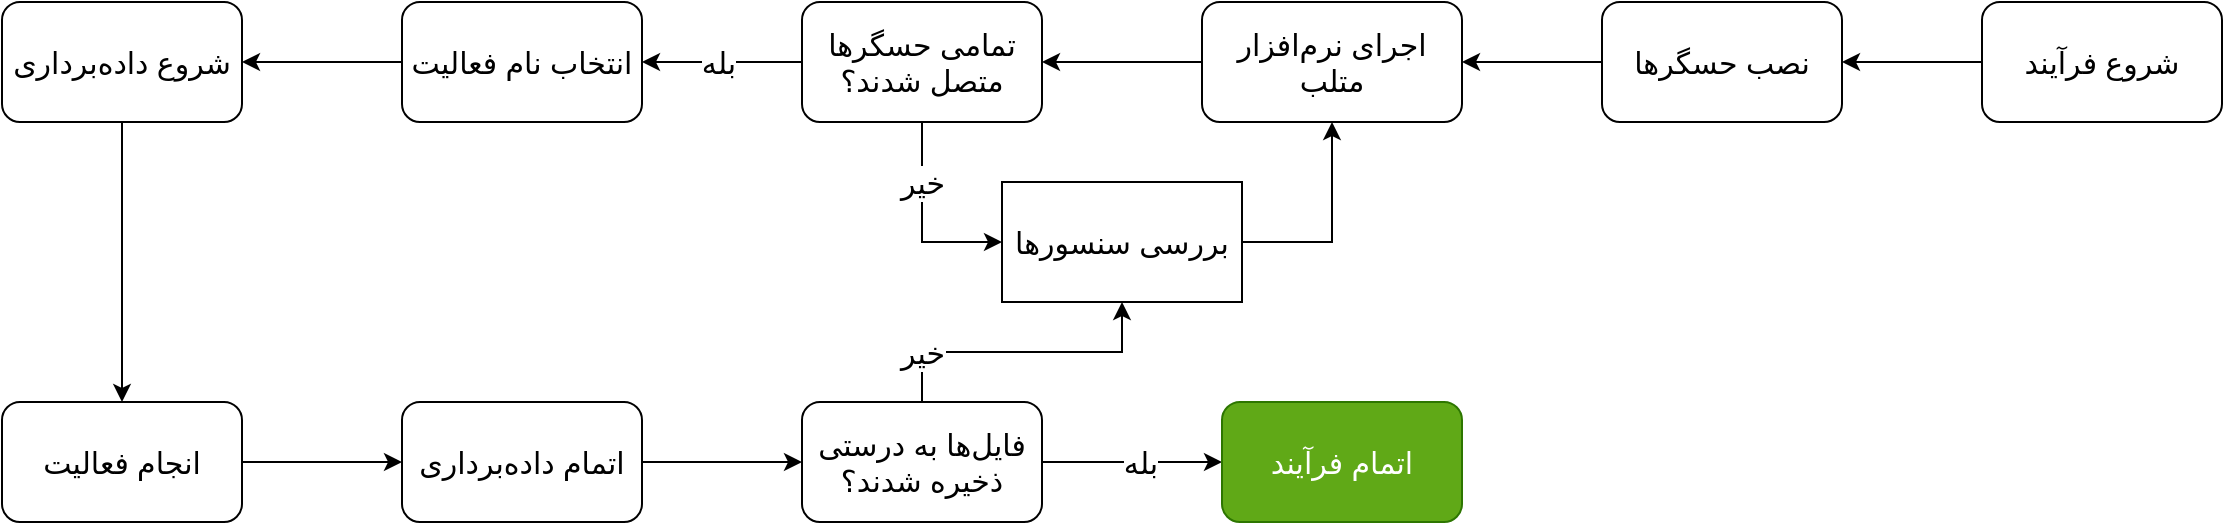
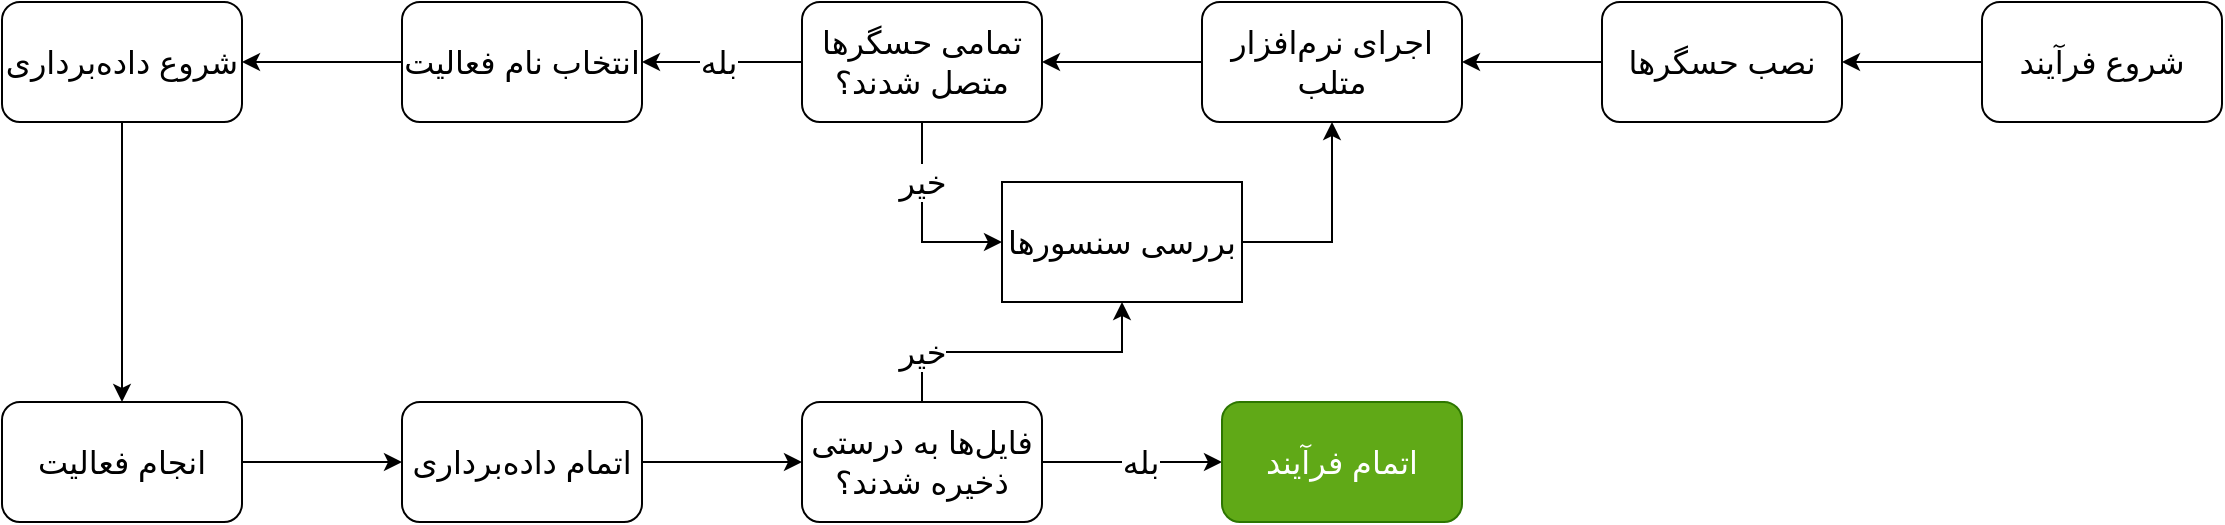
<mxfile host="Electron">
  <diagram id="7Gs_DfStQSDdEMOHskya" name="Page-1">
-     <mxGraphModel dx="1607" dy="1258" grid="1" gridSize="10" guides="1" tooltips="1" connect="1" arrows="1" fold="1" page="1" pageScale="1" pageWidth="1181" pageHeight="315" math="0" shadow="0">
+     <mxGraphModel dx="1483" dy="1162" grid="1" gridSize="10" guides="1" tooltips="1" connect="1" arrows="1" fold="1" page="1" pageScale="1" pageWidth="1181" pageHeight="315" math="0" shadow="0">
      <root>
        <mxCell id="0" />
        <mxCell id="1" parent="0" />
-         <mxCell id="WruhjTwqjsiBzzy_kixB-1" edge="1" parent="1" source="WruhjTwqjsiBzzy_kixB-2" style="edgeStyle=orthogonalEdgeStyle;rounded=0;orthogonalLoop=1;jettySize=auto;html=1;fontSize=15;" target="WruhjTwqjsiBzzy_kixB-4" value="">
+         <mxCell id="WruhjTwqjsiBzzy_kixB-1" edge="1" parent="1" source="WruhjTwqjsiBzzy_kixB-2" style="edgeStyle=orthogonalEdgeStyle;rounded=0;orthogonalLoop=1;jettySize=auto;html=1;fontSize=16;" target="WruhjTwqjsiBzzy_kixB-4" value="">
          <mxGeometry relative="1" as="geometry" />
        </mxCell>
-         <mxCell id="WruhjTwqjsiBzzy_kixB-2" parent="1" style="rounded=1;whiteSpace=wrap;html=1;fontSize=15;" value="نصب حسگر‌ها" vertex="1">
+         <mxCell id="WruhjTwqjsiBzzy_kixB-2" parent="1" style="rounded=1;whiteSpace=wrap;html=1;fontSize=16;" value="نصب حسگر‌ها" vertex="1">
          <mxGeometry height="60" width="120" x="840" y="28" as="geometry" />
        </mxCell>
-         <mxCell id="WruhjTwqjsiBzzy_kixB-3" edge="1" parent="1" source="WruhjTwqjsiBzzy_kixB-4" style="edgeStyle=orthogonalEdgeStyle;rounded=0;orthogonalLoop=1;jettySize=auto;html=1;fontSize=15;" target="WruhjTwqjsiBzzy_kixB-9" value="">
+         <mxCell id="WruhjTwqjsiBzzy_kixB-3" edge="1" parent="1" source="WruhjTwqjsiBzzy_kixB-4" style="edgeStyle=orthogonalEdgeStyle;rounded=0;orthogonalLoop=1;jettySize=auto;html=1;fontSize=16;" target="WruhjTwqjsiBzzy_kixB-9" value="">
          <mxGeometry relative="1" as="geometry" />
        </mxCell>
-         <mxCell id="WruhjTwqjsiBzzy_kixB-4" parent="1" style="whiteSpace=wrap;html=1;rounded=1;fontSize=15;" value="اجرای نرم‌افزار متلب" vertex="1">
+         <mxCell id="WruhjTwqjsiBzzy_kixB-4" parent="1" style="whiteSpace=wrap;html=1;rounded=1;fontSize=16;" value="اجرای نرم‌افزار متلب" vertex="1">
          <mxGeometry height="60" width="130" x="640" y="28" as="geometry" />
        </mxCell>
-         <mxCell id="WruhjTwqjsiBzzy_kixB-5" edge="1" parent="1" source="WruhjTwqjsiBzzy_kixB-9" style="edgeStyle=orthogonalEdgeStyle;rounded=0;orthogonalLoop=1;jettySize=auto;html=1;fontSize=15;" target="WruhjTwqjsiBzzy_kixB-11" value="">
+         <mxCell id="WruhjTwqjsiBzzy_kixB-5" edge="1" parent="1" source="WruhjTwqjsiBzzy_kixB-9" style="edgeStyle=orthogonalEdgeStyle;rounded=0;orthogonalLoop=1;jettySize=auto;html=1;fontSize=16;" target="WruhjTwqjsiBzzy_kixB-11" value="">
          <mxGeometry relative="1" as="geometry" />
        </mxCell>
-         <mxCell id="WruhjTwqjsiBzzy_kixB-6" connectable="0" parent="WruhjTwqjsiBzzy_kixB-5" style="edgeLabel;html=1;align=center;verticalAlign=middle;resizable=0;points=[];" value="&lt;font style=&quot;font-size: 15px;&quot;&gt;بله&lt;/font&gt;" vertex="1">
+         <mxCell id="WruhjTwqjsiBzzy_kixB-6" connectable="0" parent="WruhjTwqjsiBzzy_kixB-5" style="edgeLabel;html=1;align=center;verticalAlign=middle;resizable=0;points=[];fontSize=16;" value="&lt;font&gt;بله&lt;/font&gt;" vertex="1">
          <mxGeometry relative="1" x="0.05" y="8" as="geometry">
            <mxPoint y="-8" as="offset" />
          </mxGeometry>
        </mxCell>
-         <mxCell id="WruhjTwqjsiBzzy_kixB-7" edge="1" parent="1" source="WruhjTwqjsiBzzy_kixB-9" style="edgeStyle=orthogonalEdgeStyle;rounded=0;orthogonalLoop=1;jettySize=auto;html=1;entryX=0;entryY=0.5;entryDx=0;entryDy=0;" target="WruhjTwqjsiBzzy_kixB-23" value="">
+         <mxCell id="WruhjTwqjsiBzzy_kixB-7" edge="1" parent="1" source="WruhjTwqjsiBzzy_kixB-9" style="edgeStyle=orthogonalEdgeStyle;rounded=0;orthogonalLoop=1;jettySize=auto;html=1;entryX=0;entryY=0.5;entryDx=0;entryDy=0;fontSize=16;" target="WruhjTwqjsiBzzy_kixB-23" value="">
          <mxGeometry relative="1" as="geometry">
            <mxPoint x="540" y="138" as="targetPoint" />
          </mxGeometry>
        </mxCell>
-         <mxCell id="WruhjTwqjsiBzzy_kixB-8" connectable="0" parent="WruhjTwqjsiBzzy_kixB-7" style="edgeLabel;html=1;align=center;verticalAlign=middle;resizable=0;points=[];" value="&lt;font style=&quot;font-size: 15px;&quot;&gt;خیر&lt;/font&gt;" vertex="1">
+         <mxCell id="WruhjTwqjsiBzzy_kixB-8" connectable="0" parent="WruhjTwqjsiBzzy_kixB-7" style="edgeLabel;html=1;align=center;verticalAlign=middle;resizable=0;points=[];fontSize=16;" value="&lt;font&gt;خیر&lt;/font&gt;" vertex="1">
          <mxGeometry relative="1" x="0.1389" y="-3" as="geometry">
            <mxPoint x="3" y="-27" as="offset" />
          </mxGeometry>
        </mxCell>
-         <mxCell id="WruhjTwqjsiBzzy_kixB-9" parent="1" style="whiteSpace=wrap;html=1;rounded=1;fontSize=15;" value="تمامی حسگرها متصل شدند؟" vertex="1">
+         <mxCell id="WruhjTwqjsiBzzy_kixB-9" parent="1" style="whiteSpace=wrap;html=1;rounded=1;fontSize=16;" value="تمامی حسگرها متصل شدند؟" vertex="1">
          <mxGeometry height="60" width="120" x="440" y="28" as="geometry" />
        </mxCell>
-         <mxCell id="WruhjTwqjsiBzzy_kixB-10" edge="1" parent="1" source="WruhjTwqjsiBzzy_kixB-11" style="edgeStyle=orthogonalEdgeStyle;rounded=0;orthogonalLoop=1;jettySize=auto;html=1;" target="WruhjTwqjsiBzzy_kixB-13" value="">
+         <mxCell id="WruhjTwqjsiBzzy_kixB-10" edge="1" parent="1" source="WruhjTwqjsiBzzy_kixB-11" style="edgeStyle=orthogonalEdgeStyle;rounded=0;orthogonalLoop=1;jettySize=auto;html=1;fontSize=16;" target="WruhjTwqjsiBzzy_kixB-13" value="">
          <mxGeometry relative="1" as="geometry" />
        </mxCell>
-         <mxCell id="WruhjTwqjsiBzzy_kixB-11" parent="1" style="whiteSpace=wrap;html=1;rounded=1;fontSize=15;" value="انتخاب نام فعالیت" vertex="1">
+         <mxCell id="WruhjTwqjsiBzzy_kixB-11" parent="1" style="whiteSpace=wrap;html=1;rounded=1;fontSize=16;" value="انتخاب نام فعالیت" vertex="1">
          <mxGeometry height="60" width="120" x="240" y="28" as="geometry" />
        </mxCell>
-         <mxCell id="WruhjTwqjsiBzzy_kixB-12" edge="1" parent="1" source="WruhjTwqjsiBzzy_kixB-13" style="edgeStyle=orthogonalEdgeStyle;rounded=0;orthogonalLoop=1;jettySize=auto;html=1;" target="WruhjTwqjsiBzzy_kixB-15" value="">
+         <mxCell id="WruhjTwqjsiBzzy_kixB-12" edge="1" parent="1" source="WruhjTwqjsiBzzy_kixB-13" style="edgeStyle=orthogonalEdgeStyle;rounded=0;orthogonalLoop=1;jettySize=auto;html=1;fontSize=16;" target="WruhjTwqjsiBzzy_kixB-15" value="">
          <mxGeometry relative="1" as="geometry" />
        </mxCell>
-         <mxCell id="WruhjTwqjsiBzzy_kixB-13" parent="1" style="whiteSpace=wrap;html=1;fontSize=15;rounded=1;" value="شروع داده‌برداری" vertex="1">
+         <mxCell id="WruhjTwqjsiBzzy_kixB-13" parent="1" style="whiteSpace=wrap;html=1;fontSize=16;rounded=1;" value="شروع داده‌برداری" vertex="1">
          <mxGeometry height="60" width="120" x="40" y="28" as="geometry" />
        </mxCell>
-         <mxCell id="WruhjTwqjsiBzzy_kixB-14" edge="1" parent="1" source="WruhjTwqjsiBzzy_kixB-15" style="edgeStyle=orthogonalEdgeStyle;rounded=0;orthogonalLoop=1;jettySize=auto;html=1;" target="WruhjTwqjsiBzzy_kixB-17" value="">
+         <mxCell id="WruhjTwqjsiBzzy_kixB-14" edge="1" parent="1" source="WruhjTwqjsiBzzy_kixB-15" style="edgeStyle=orthogonalEdgeStyle;rounded=0;orthogonalLoop=1;jettySize=auto;html=1;fontSize=16;" target="WruhjTwqjsiBzzy_kixB-17" value="">
          <mxGeometry relative="1" as="geometry" />
        </mxCell>
-         <mxCell id="WruhjTwqjsiBzzy_kixB-15" parent="1" style="whiteSpace=wrap;html=1;fontSize=15;rounded=1;" value="انجام فعالیت" vertex="1">
+         <mxCell id="WruhjTwqjsiBzzy_kixB-15" parent="1" style="whiteSpace=wrap;html=1;fontSize=16;rounded=1;" value="انجام فعالیت" vertex="1">
          <mxGeometry height="60" width="120" x="40" y="228" as="geometry" />
        </mxCell>
-         <mxCell id="WruhjTwqjsiBzzy_kixB-16" edge="1" parent="1" source="WruhjTwqjsiBzzy_kixB-17" style="edgeStyle=orthogonalEdgeStyle;rounded=0;orthogonalLoop=1;jettySize=auto;html=1;" target="WruhjTwqjsiBzzy_kixB-19" value="">
+         <mxCell id="WruhjTwqjsiBzzy_kixB-16" edge="1" parent="1" source="WruhjTwqjsiBzzy_kixB-17" style="edgeStyle=orthogonalEdgeStyle;rounded=0;orthogonalLoop=1;jettySize=auto;html=1;fontSize=16;" target="WruhjTwqjsiBzzy_kixB-19" value="">
          <mxGeometry relative="1" as="geometry" />
        </mxCell>
-         <mxCell id="WruhjTwqjsiBzzy_kixB-17" parent="1" style="whiteSpace=wrap;html=1;fontSize=15;rounded=1;" value="اتمام داده‌برداری" vertex="1">
+         <mxCell id="WruhjTwqjsiBzzy_kixB-17" parent="1" style="whiteSpace=wrap;html=1;fontSize=16;rounded=1;" value="اتمام داده‌برداری" vertex="1">
          <mxGeometry height="60" width="120" x="240" y="228" as="geometry" />
        </mxCell>
-         <mxCell id="WruhjTwqjsiBzzy_kixB-18" edge="1" parent="1" source="WruhjTwqjsiBzzy_kixB-19" style="edgeStyle=orthogonalEdgeStyle;rounded=0;orthogonalLoop=1;jettySize=auto;html=1;" target="WruhjTwqjsiBzzy_kixB-20" value="">
+         <mxCell id="WruhjTwqjsiBzzy_kixB-18" edge="1" parent="1" source="WruhjTwqjsiBzzy_kixB-19" style="edgeStyle=orthogonalEdgeStyle;rounded=0;orthogonalLoop=1;jettySize=auto;html=1;fontSize=16;" target="WruhjTwqjsiBzzy_kixB-20" value="">
          <mxGeometry relative="1" as="geometry" />
        </mxCell>
-         <mxCell id="WruhjTwqjsiBzzy_kixB-25" connectable="0" parent="WruhjTwqjsiBzzy_kixB-18" style="edgeLabel;html=1;align=center;verticalAlign=middle;resizable=0;points=[];" value="&lt;font style=&quot;font-size: 15px;&quot;&gt;بله&lt;/font&gt;" vertex="1">
+         <mxCell id="WruhjTwqjsiBzzy_kixB-25" connectable="0" parent="WruhjTwqjsiBzzy_kixB-18" style="edgeLabel;html=1;align=center;verticalAlign=middle;resizable=0;points=[];fontSize=16;" value="&lt;font&gt;بله&lt;/font&gt;" vertex="1">
          <mxGeometry relative="1" x="0.075" y="-3" as="geometry">
            <mxPoint y="-3" as="offset" />
          </mxGeometry>
        </mxCell>
-         <mxCell id="WruhjTwqjsiBzzy_kixB-26" edge="1" parent="1" source="WruhjTwqjsiBzzy_kixB-19" style="edgeStyle=orthogonalEdgeStyle;rounded=0;orthogonalLoop=1;jettySize=auto;html=1;exitX=0.5;exitY=0;exitDx=0;exitDy=0;" target="WruhjTwqjsiBzzy_kixB-23">
+         <mxCell id="WruhjTwqjsiBzzy_kixB-26" edge="1" parent="1" source="WruhjTwqjsiBzzy_kixB-19" style="edgeStyle=orthogonalEdgeStyle;rounded=0;orthogonalLoop=1;jettySize=auto;html=1;exitX=0.5;exitY=0;exitDx=0;exitDy=0;fontSize=16;" target="WruhjTwqjsiBzzy_kixB-23">
          <mxGeometry relative="1" as="geometry" />
        </mxCell>
-         <mxCell id="WruhjTwqjsiBzzy_kixB-27" connectable="0" parent="WruhjTwqjsiBzzy_kixB-26" style="edgeLabel;html=1;align=center;verticalAlign=middle;resizable=0;points=[];" value="&lt;font style=&quot;font-size: 15px;&quot;&gt;خیر&lt;/font&gt;" vertex="1">
+         <mxCell id="WruhjTwqjsiBzzy_kixB-27" connectable="0" parent="WruhjTwqjsiBzzy_kixB-26" style="edgeLabel;html=1;align=center;verticalAlign=middle;resizable=0;points=[];fontSize=16;" value="&lt;font&gt;خیر&lt;/font&gt;" vertex="1">
          <mxGeometry relative="1" x="-0.1476" as="geometry">
            <mxPoint x="-39" as="offset" />
          </mxGeometry>
        </mxCell>
-         <mxCell id="WruhjTwqjsiBzzy_kixB-19" parent="1" style="whiteSpace=wrap;html=1;fontSize=15;rounded=1;" value="فایل‌ها به درستی ذخیره شدند؟" vertex="1">
+         <mxCell id="WruhjTwqjsiBzzy_kixB-19" parent="1" style="whiteSpace=wrap;html=1;fontSize=16;rounded=1;" value="فایل‌ها به درستی ذخیره شدند؟" vertex="1">
          <mxGeometry height="60" width="120" x="440" y="228" as="geometry" />
        </mxCell>
-         <mxCell id="WruhjTwqjsiBzzy_kixB-20" parent="1" style="whiteSpace=wrap;html=1;fontSize=15;rounded=1;fillColor=light-dark(#60A917,#99FF99);fontColor=#ffffff;strokeColor=#2D7600;" value="اتمام فرآیند" vertex="1">
+         <mxCell id="WruhjTwqjsiBzzy_kixB-20" parent="1" style="whiteSpace=wrap;html=1;fontSize=16;rounded=1;fillColor=light-dark(#60A917,#99FF99);fontColor=#ffffff;strokeColor=#2D7600;" value="اتمام فرآیند" vertex="1">
          <mxGeometry height="60" width="120" x="650" y="228" as="geometry" />
        </mxCell>
-         <mxCell id="WruhjTwqjsiBzzy_kixB-21" edge="1" parent="1" source="WruhjTwqjsiBzzy_kixB-22" style="edgeStyle=orthogonalEdgeStyle;rounded=0;orthogonalLoop=1;jettySize=auto;html=1;" target="WruhjTwqjsiBzzy_kixB-2" value="">
+         <mxCell id="WruhjTwqjsiBzzy_kixB-21" edge="1" parent="1" source="WruhjTwqjsiBzzy_kixB-22" style="edgeStyle=orthogonalEdgeStyle;rounded=0;orthogonalLoop=1;jettySize=auto;html=1;fontSize=16;" target="WruhjTwqjsiBzzy_kixB-2" value="">
          <mxGeometry relative="1" as="geometry" />
        </mxCell>
-         <mxCell id="WruhjTwqjsiBzzy_kixB-22" parent="1" style="whiteSpace=wrap;html=1;fontSize=15;rounded=1;" value="شروع فرآیند" vertex="1">
+         <mxCell id="WruhjTwqjsiBzzy_kixB-22" parent="1" style="whiteSpace=wrap;html=1;fontSize=16;rounded=1;" value="شروع فرآیند" vertex="1">
          <mxGeometry height="60" width="120" x="1030" y="28" as="geometry" />
        </mxCell>
-         <mxCell id="WruhjTwqjsiBzzy_kixB-24" edge="1" parent="1" source="WruhjTwqjsiBzzy_kixB-23" style="edgeStyle=orthogonalEdgeStyle;rounded=0;orthogonalLoop=1;jettySize=auto;html=1;entryX=0.5;entryY=1;entryDx=0;entryDy=0;exitX=1;exitY=0.5;exitDx=0;exitDy=0;" target="WruhjTwqjsiBzzy_kixB-4">
+         <mxCell id="WruhjTwqjsiBzzy_kixB-24" edge="1" parent="1" source="WruhjTwqjsiBzzy_kixB-23" style="edgeStyle=orthogonalEdgeStyle;rounded=0;orthogonalLoop=1;jettySize=auto;html=1;entryX=0.5;entryY=1;entryDx=0;entryDy=0;exitX=1;exitY=0.5;exitDx=0;exitDy=0;fontSize=16;" target="WruhjTwqjsiBzzy_kixB-4">
          <mxGeometry relative="1" as="geometry" />
        </mxCell>
-         <mxCell id="WruhjTwqjsiBzzy_kixB-23" parent="1" style="whiteSpace=wrap;html=1;" value="&lt;font style=&quot;font-size: 15px;&quot;&gt;بررسی سنسورها&lt;/font&gt;" vertex="1">
+         <mxCell id="WruhjTwqjsiBzzy_kixB-23" parent="1" style="whiteSpace=wrap;html=1;fontSize=16;" value="&lt;font&gt;بررسی سنسورها&lt;/font&gt;" vertex="1">
          <mxGeometry height="60" width="120" x="540" y="118" as="geometry" />
        </mxCell>
      </root>
    </mxGraphModel>
  </diagram>
</mxfile>
